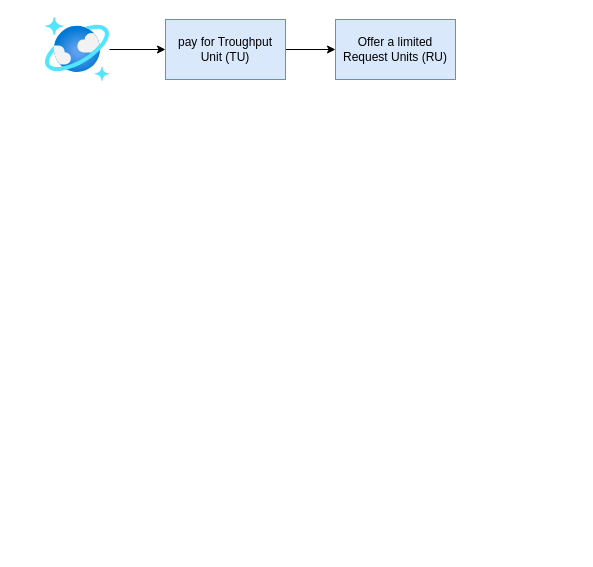
ParisaMousavi/Lesson-OAuth2-APIM keeps this draw.io diagram as drawio/cosmos-db.drawio. Above is the earlier version. Source tidied: cells renumbered, new cells numbered last; positions are measured from the earlier drawing's top-left corner, leaving out a move shared by most shapes. Both pictures are drawn from the tidied source at 100%, with x=0, y=0 at pixel (45, 17).
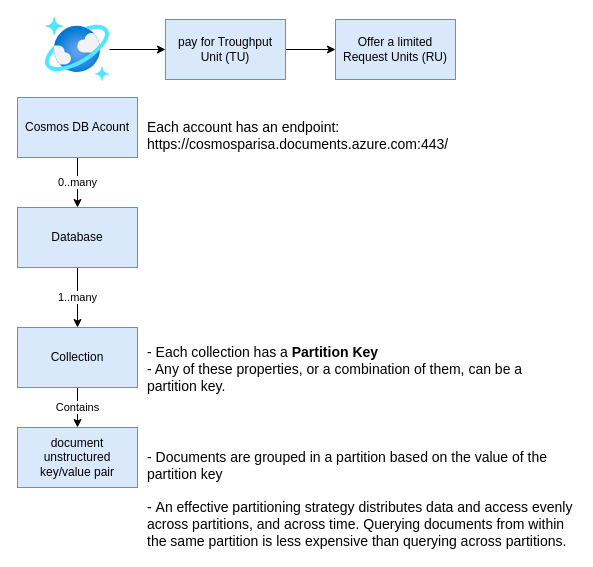
Above is the later version.

What changed in the source:
```diff
@@
 <mxGraphModel>
   <root>
     <mxCell id="0" />
     <mxCell id="1" parent="0" />
     <mxCell id="2" style="edgeStyle=orthogonalEdgeStyle;rounded=0;jettySize=auto;html=1;" parent="1" edge="1" source="3" target="5">
       <mxGeometry relative="1" as="geometry" />
     </mxCell>
     <mxCell id="3" style="html=1;points=[];align=center;image;fontSize=12;image=img/lib/azure2/databases/Azure_Cosmos_DB.svg;" parent="1" vertex="1">
       <mxGeometry width="64" height="64" as="geometry" />
     </mxCell>
     <mxCell id="4" style="edgeStyle=orthogonalEdgeStyle;rounded=0;jettySize=auto;html=1;" parent="1" edge="1" source="5" target="6">
       <mxGeometry relative="1" as="geometry" />
     </mxCell>
     <mxCell id="5" value="pay for Troughput Unit (TU)" style="rounded=0;whiteSpace=wrap;html=1;fillColor=#dae8fc;strokeColor=#6c8ebf;" parent="1" vertex="1">
       <mxGeometry x="120" y="2" width="120" height="60" as="geometry" />
     </mxCell>
     <mxCell id="6" value="Offer a limited Request Units (RU)" style="whiteSpace=wrap;html=1;rounded=0;fillColor=#dae8fc;strokeColor=#6c8ebf;" parent="1" vertex="1">
       <mxGeometry x="290" y="2" width="120" height="60" as="geometry" />
     </mxCell>
+    <mxCell id="7" value="0..many" style="edgeStyle=orthogonalEdgeStyle;rounded=0;jettySize=auto;html=1;" parent="1" edge="1" source="8" target="10">
+      <mxGeometry relative="1" as="geometry" />
+    </mxCell>
+    <mxCell id="8" value="Cosmos DB Acount" style="rounded=0;whiteSpace=wrap;html=1;fillColor=#dae8fc;strokeColor=#6c8ebf;" parent="1" vertex="1">
+      <mxGeometry x="-28" y="80" width="120" height="60" as="geometry" />
+    </mxCell>
+    <mxCell id="9" value="1..many" style="edgeStyle=orthogonalEdgeStyle;rounded=0;jettySize=auto;html=1;" parent="1" edge="1" source="10" target="12">
+      <mxGeometry relative="1" as="geometry" />
+    </mxCell>
+    <mxCell id="10" value="Database" style="rounded=0;whiteSpace=wrap;html=1;fillColor=#dae8fc;strokeColor=#6c8ebf;" parent="1" vertex="1">
+      <mxGeometry x="-28" y="190" width="120" height="60" as="geometry" />
+    </mxCell>
+    <mxCell id="11" value="Contains" style="edgeStyle=orthogonalEdgeStyle;rounded=0;jettySize=auto;html=1;" parent="1" edge="1" source="12" target="13">
+      <mxGeometry relative="1" as="geometry" />
+    </mxCell>
+    <mxCell id="12" value="Collection" style="rounded=0;whiteSpace=wrap;html=1;fillColor=#dae8fc;strokeColor=#6c8ebf;" parent="1" vertex="1">
+      <mxGeometry x="-28" y="310" width="120" height="60" as="geometry" />
+    </mxCell>
+    <mxCell id="13" value="document&lt;br&gt;unstructured&lt;br&gt;key/value pair" style="rounded=0;whiteSpace=wrap;html=1;fillColor=#dae8fc;strokeColor=#6c8ebf;" parent="1" vertex="1">
+      <mxGeometry x="-28" y="410" width="120" height="60" as="geometry" />
+    </mxCell>
+    <mxCell id="14" value="Each account has an endpoint:&lt;br style=&quot;font-size: 14px;&quot;&gt;https://cosmosparisa.documents.azure.com:443/" style="text;whiteSpace=wrap;html=1;fontSize=14;" parent="1" vertex="1">
+      <mxGeometry x="100" y="95" width="280" height="30" as="geometry" />
+    </mxCell>
+    <mxCell id="15" value="- Each collection has a &lt;b style=&quot;font-size: 14px;&quot;&gt;Partition Key&lt;/b&gt;&lt;br style=&quot;font-size: 14px;&quot;&gt;- Any of these properties, or a combination of them, can be a partition key." style="text;whiteSpace=wrap;html=1;fontSize=14;" parent="1" vertex="1">
+      <mxGeometry x="100" y="320" width="430" height="60" as="geometry" />
+    </mxCell>
+    <mxCell id="16" value="- Documents are grouped in a partition based on the value of the partition key&lt;br style=&quot;font-size: 14px;&quot;&gt;&lt;br style=&quot;font-size: 14px;&quot;&gt;-&amp;nbsp;An effective partitioning strategy distributes data and access evenly across partitions, and across time. Querying documents from within the same partition is less expensive than querying across partitions." style="text;whiteSpace=wrap;html=1;fontSize=14;" parent="1" vertex="1">
+      <mxGeometry x="100" y="425" width="430" height="105" as="geometry" />
+    </mxCell>
   </root>
 </mxGraphModel>
```
